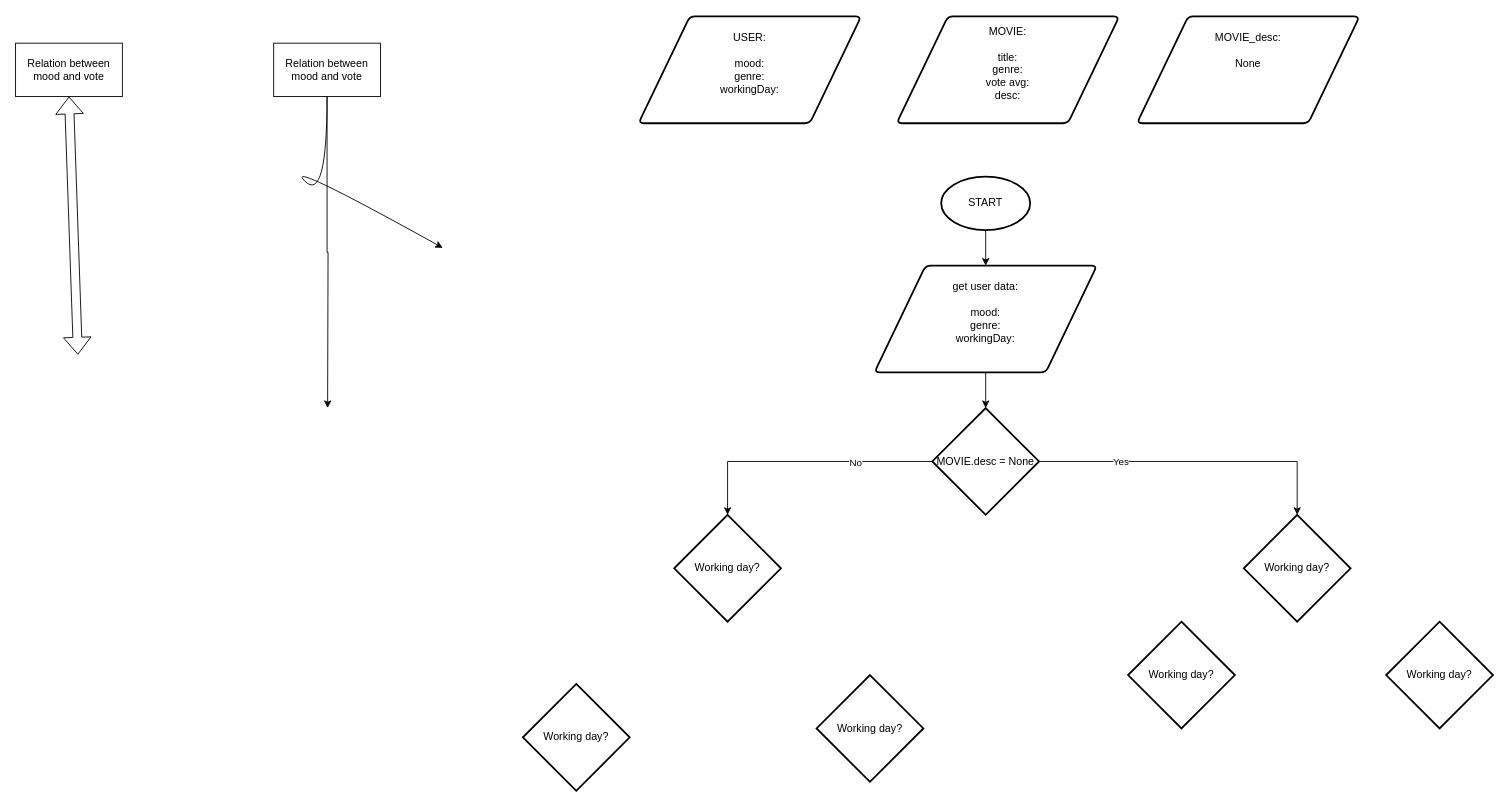
Above: Decision_system.drawio in CodeCiepol/movie-advisor (draw.io), before the change. Source tidied: cells renumbered, new cells numbered last; positions are measured from the earlier drawing's top-left corner, leaving out a move shared by most shapes. Both pictures are drawn from the tidied source at 89%, with x=0, y=0 at pixel (15, 16).
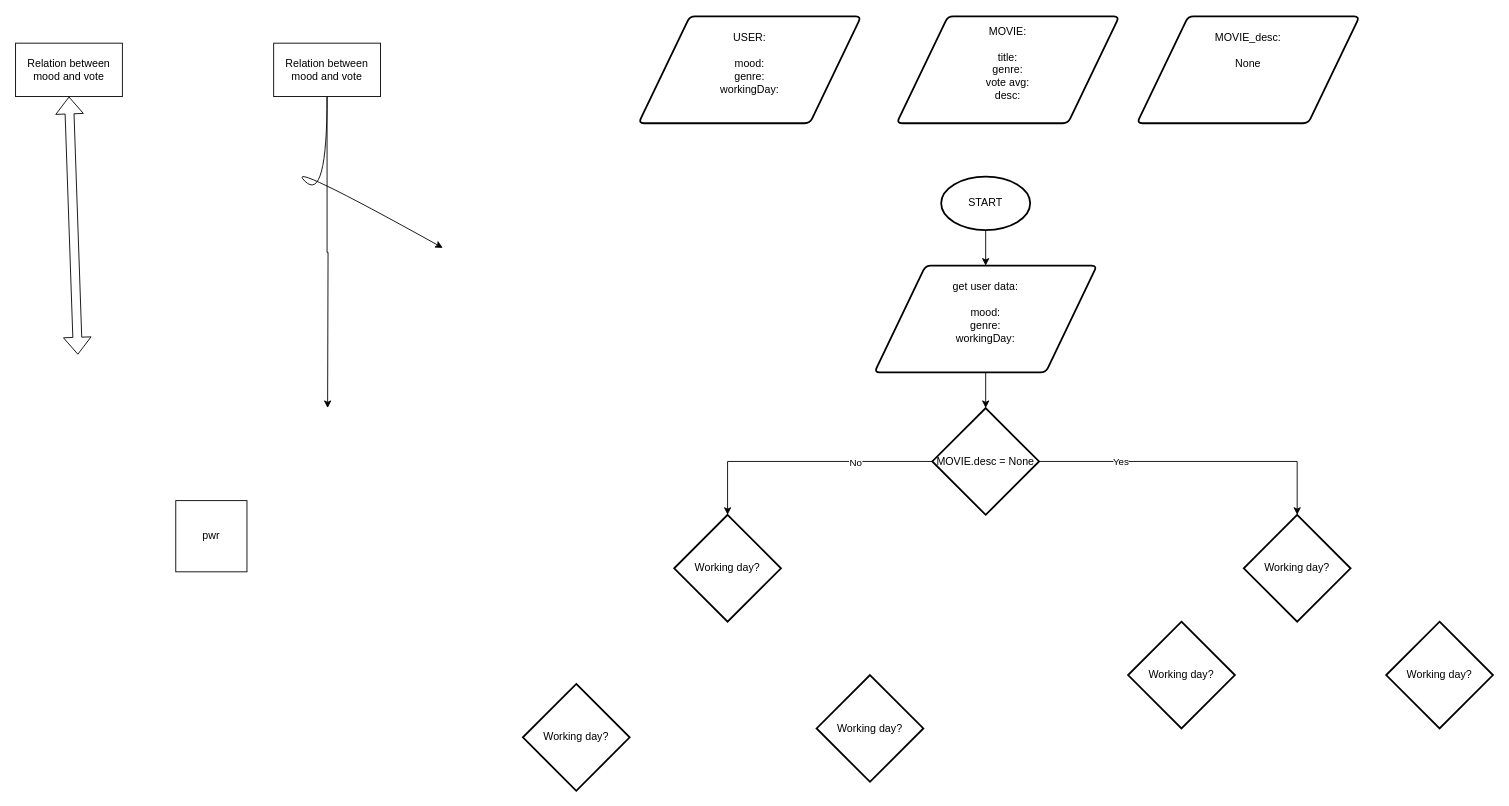
The same diagram, later.

What changed in the source:
```diff
@@
+    <mxCell id="25" value="pwr" style="whiteSpace=wrap;html=1;" parent="1" vertex="1">
+      <mxGeometry x="180" y="544" width="80" height="80" as="geometry" />
+    </mxCell>
```
